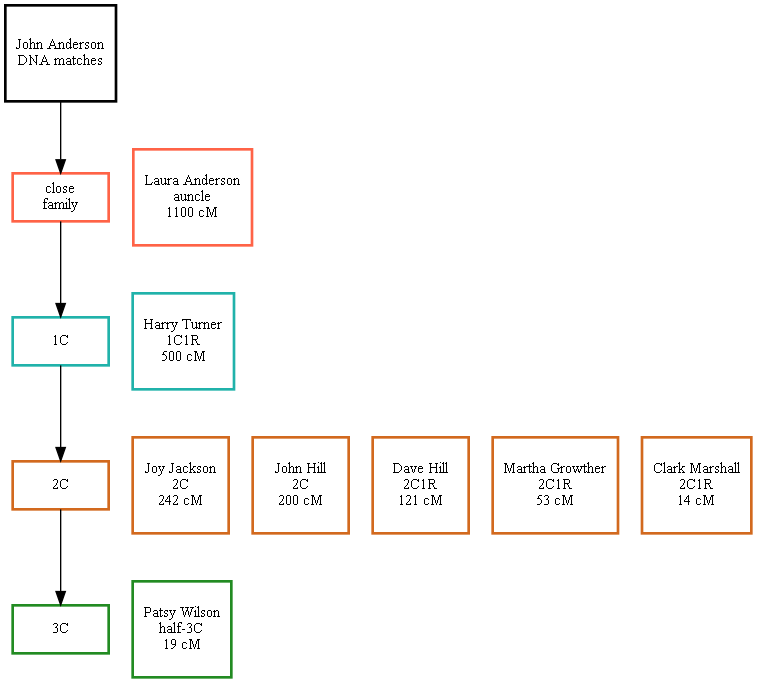
The Graphviz diagram test-data/test-family-matrix.png in johnandrea/draw-dna-matches, before a commit. Its source is kept beside it as test-data/test-family-matrix.dot. Its diagram source:
```dot
digraph DNA_matches {
  node [
  style = "setlinewidth(2)",
  fontsize = 11, height = 1,
  shape = box, width = 1 ]

subgraph self {
  graph [rank = same]
  edge [style = invis];
  self_label [
     label = "John Anderson\nDNA matches",
     height = 1,
     row = top
  ];
}

 subgraph close {
   graph [rank = same]
   node [color="tomato"]
   edge [style = invis];
   close_label [
      label = "close\nfamily",
      height = 0.5,
      row = top
   ];
   close_1 [label="Laura Anderson\nauncle\n1100 cM"]
   close_label -> close_1
 }

self_label -> close_label

 subgraph cuz1 {
   graph [rank = same]
   node [color="lightseagreen"]
   edge [style = invis];
   cuz1_label [
      label = "1C",
      height = 0.5,
      row = top
   ];
   cuz1_1 [label="Harry Turner\n1C1R\n500 cM"]
   cuz1_label -> cuz1_1
 }

close_label -> cuz1_label

 subgraph cuz2 {
   graph [rank = same]
   node [color="chocolate"]
   edge [style = invis];
   cuz2_label [
      label = "2C",
      height = 0.5,
      row = top
   ];
   cuz2_1 [label="Joy Jackson\n2C\n242 cM"]
   cuz2_label -> cuz2_1
   cuz2_2 [label="John Hill\n2C\n200 cM"]
   cuz2_1 -> cuz2_2
   cuz2_3 [label="Dave Hill\n2C1R\n121 cM"]
   cuz2_2 -> cuz2_3
   cuz2_4 [label="Martha Growther\n2C1R\n53 cM"]
   cuz2_3 -> cuz2_4
   cuz2_5 [label="Clark Marshall\n2C1R\n14 cM"]
   cuz2_4 -> cuz2_5
 }

cuz1_label -> cuz2_label

 subgraph cuz3 {
   graph [rank = same]
   node [color="forestgreen"]
   edge [style = invis];
   cuz3_label [
      label = "3C",
      height = 0.5,
      row = top
   ];
   cuz3_1 [label="Patsy Wilson\nhalf-3C\n19 cM"]
   cuz3_label -> cuz3_1
 }

cuz2_label -> cuz3_label
}
```
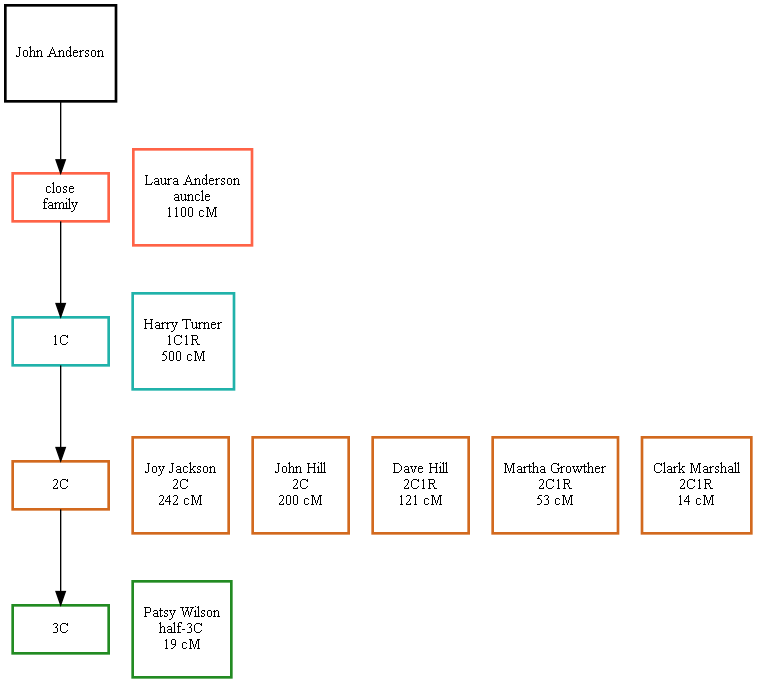
After the change.

Commit message:
Show title in matrix output. Updated color selection.

Diff of the diagram source:
```diff
@@ -8,7 +8,7 @@
   graph [rank = same]
   edge [style = invis];
   self_label [
-     label = "John Anderson\nDNA matches",
+     label = "John Anderson",
      height = 1,
      row = top
   ];
```
